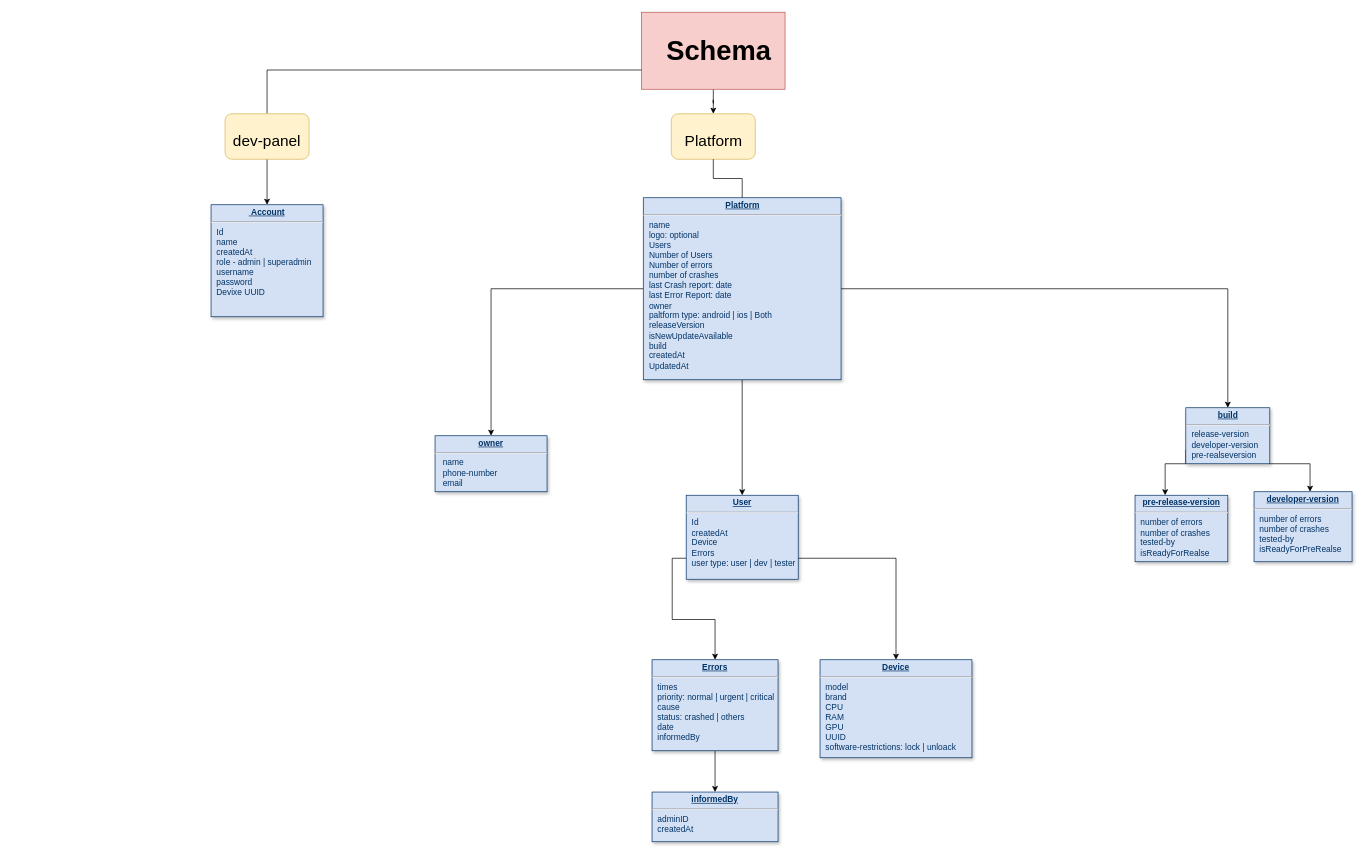
Before: flowchart/App-DB.drawio in ahmadsoran/dev-panel-backend, a draw.io diagram. Source tidied: cells renumbered, new cells numbered last; positions are measured from the earlier drawing's top-left corner, leaving out a move shared by most shapes. Both pictures are drawn from the tidied source at 70%, with x=0, y=0 at pixel (211, 12).
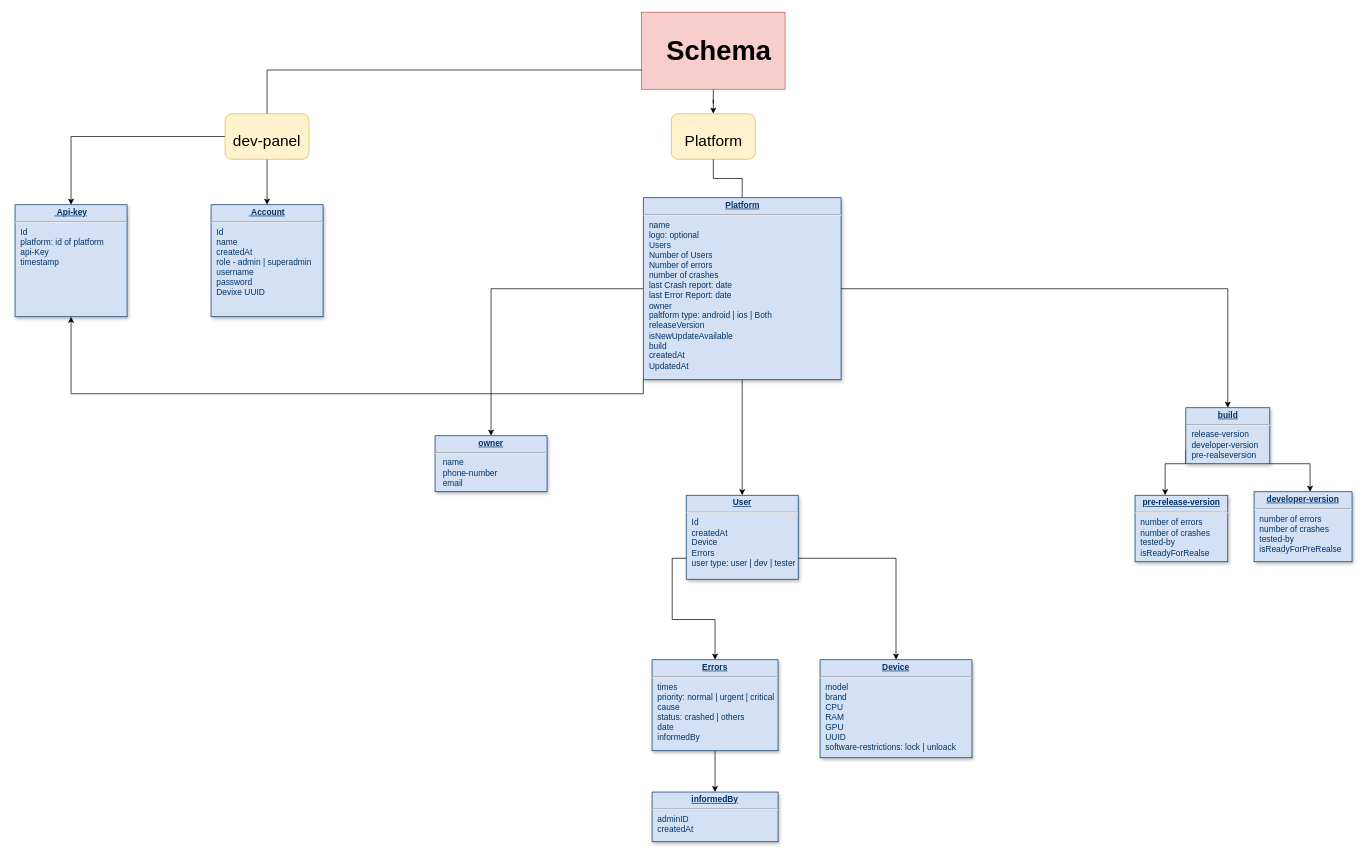
After the change.

The change refers to these unchanged cells:
```xml
<mxCell id="20" value="&lt;p style=&quot;margin: 0px; margin-top: 4px; text-align: center; text-decoration: underline;&quot;&gt;&lt;b&gt;Platform&lt;/b&gt;&lt;/p&gt;&lt;hr&gt;&lt;p style=&quot;margin: 0px; margin-left: 8px;&quot;&gt;name&lt;/p&gt;&lt;p style=&quot;margin: 0px; margin-left: 8px;&quot;&gt;logo: optional&lt;/p&gt;&lt;p style=&quot;margin: 0px; margin-left: 8px;&quot;&gt;Users&lt;/p&gt;&lt;p style=&quot;margin: 0px; margin-left: 8px;&quot;&gt;Number of Users&lt;/p&gt;&lt;p style=&quot;margin: 0px; margin-left: 8px;&quot;&gt;Number of errors&lt;/p&gt;&lt;p style=&quot;margin: 0px; margin-left: 8px;&quot;&gt;number of crashes&lt;/p&gt;&lt;p style=&quot;margin: 0px; margin-left: 8px;&quot;&gt;last Crash report: date&lt;/p&gt;&lt;p style=&quot;margin: 0px; margin-left: 8px;&quot;&gt;last Error Report: date&lt;/p&gt;&lt;p style=&quot;border-color: var(--border-color); margin: 0px 0px 0px 8px;&quot;&gt;owner&lt;/p&gt;&lt;p style=&quot;border-color: var(--border-color); margin: 0px 0px 0px 8px;&quot;&gt;&lt;span style=&quot;background-color: initial;&quot;&gt;paltform type: android | ios | Both&lt;/span&gt;&lt;br&gt;&lt;/p&gt;&lt;p style=&quot;border-color: var(--border-color); margin: 0px 0px 0px 8px;&quot;&gt;&lt;span style=&quot;background-color: initial;&quot;&gt;releaseVersion&lt;/span&gt;&lt;/p&gt;&lt;p style=&quot;border-color: var(--border-color); margin: 0px 0px 0px 8px;&quot;&gt;&lt;span style=&quot;background-color: initial;&quot;&gt;isNewUpdateAvailable&lt;/span&gt;&lt;br&gt;&lt;/p&gt;&lt;p style=&quot;border-color: var(--border-color); margin: 0px 0px 0px 8px;&quot;&gt;&lt;span style=&quot;background-color: initial;&quot;&gt;build&lt;/span&gt;&lt;/p&gt;&lt;p style=&quot;border-color: var(--border-color); margin: 0px 0px 0px 8px;&quot;&gt;createdAt&lt;/p&gt;&lt;p style=&quot;border-color: var(--border-color); margin: 0px 0px 0px 8px;&quot;&gt;UpdatedAt&lt;/p&gt;&lt;p style=&quot;border-color: var(--border-color); margin: 0px 0px 0px 8px;&quot;&gt;&lt;br&gt;&lt;/p&gt;&lt;p style=&quot;border-color: var(--border-color); margin: 0px 0px 0px 8px;&quot;&gt;&lt;br&gt;&lt;/p&gt;&lt;p style=&quot;margin: 0px; margin-left: 8px;&quot;&gt;&amp;nbsp;&lt;/p&gt;" style="verticalAlign=top;align=left;overflow=fill;fontSize=12;fontFamily=Helvetica;html=1;strokeColor=#003366;shadow=1;fillColor=#D4E1F5;fontColor=#003366;" parent="1" vertex="1">
  <mxGeometry x="617.5" y="265" width="282.5" height="260" as="geometry" />
</mxCell>
```

Change to the diagram source:
```diff
@@
+    <mxCell id="28" style="edgeStyle=orthogonalEdgeStyle;rounded=0;jettySize=auto;html=1;exitX=0;exitY=0.5;exitDx=0;exitDy=0;entryX=0.5;entryY=0;entryDx=0;entryDy=0;" parent="1" edge="1" source="12" target="30">
+      <mxGeometry relative="1" as="geometry" />
+    </mxCell>
-    <mxCell id="12" value="&lt;font style=&quot;font-size: 22px;&quot;&gt;dev-panel&lt;/font&gt;" style="rounded=1;whiteSpace=wrap;html=1;fontSize=39;fillColor=#fff2cc;strokeColor=#d6b656;" parent="1" vertex="1">
+    <mxCell id="12" value="&lt;font style=&quot;font-size: 22px;&quot;&gt;dev-panel&lt;br&gt;&lt;/font&gt;" style="rounded=1;whiteSpace=wrap;html=1;fontSize=39;fillColor=#fff2cc;strokeColor=#d6b656;" parent="1" vertex="1">
       <mxGeometry x="20" y="145" width="120" height="65" as="geometry" />
     </mxCell>
@@
+    <mxCell id="29" style="edgeStyle=orthogonalEdgeStyle;rounded=0;jettySize=auto;html=1;exitX=0;exitY=1;exitDx=0;exitDy=0;entryX=0.5;entryY=1;entryDx=0;entryDy=0;" parent="1" edge="1" source="20" target="30">
+      <mxGeometry relative="1" as="geometry" />
+    </mxCell>
@@
+    <mxCell id="30" value="&lt;p style=&quot;margin: 0px; margin-top: 4px; text-align: center; text-decoration: underline;&quot;&gt;&lt;b&gt;&amp;nbsp;Api-key&lt;/b&gt;&lt;/p&gt;&lt;hr&gt;&lt;p style=&quot;margin: 0px; margin-left: 8px;&quot;&gt;Id&lt;/p&gt;&lt;p style=&quot;margin: 0px; margin-left: 8px;&quot;&gt;platform: id of platform&lt;/p&gt;&lt;p style=&quot;margin: 0px; margin-left: 8px;&quot;&gt;api-Key&lt;/p&gt;&lt;p style=&quot;margin: 0px; margin-left: 8px;&quot;&gt;timestamp&lt;/p&gt;" style="verticalAlign=top;align=left;overflow=fill;fontSize=12;fontFamily=Helvetica;html=1;strokeColor=#003366;shadow=1;fillColor=#D4E1F5;fontColor=#003366;" parent="1" vertex="1">
+      <mxGeometry x="-280" y="275" width="160" height="160" as="geometry" />
+    </mxCell>
```
